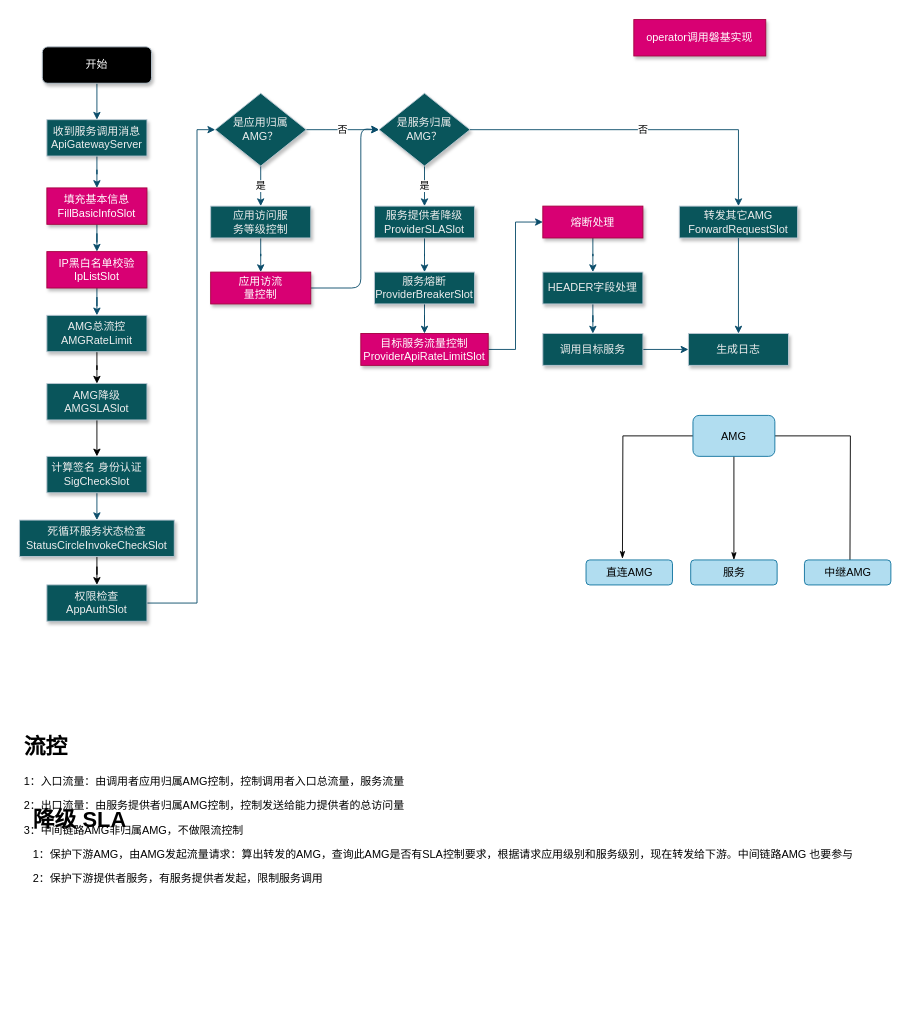
This is page "网关运行流程" (6 of 12) of 智慧中台AMG.drawio from qymmdj/draw-io, a draw.io file, before an edit. Source tidied: cells renumbered, new cells numbered last; positions are measured from the earlier drawing's top-left corner, leaving out a move shared by most shapes. Both pictures are drawn from the tidied source at 91%, with x=0, y=0 at pixel (19, 19).
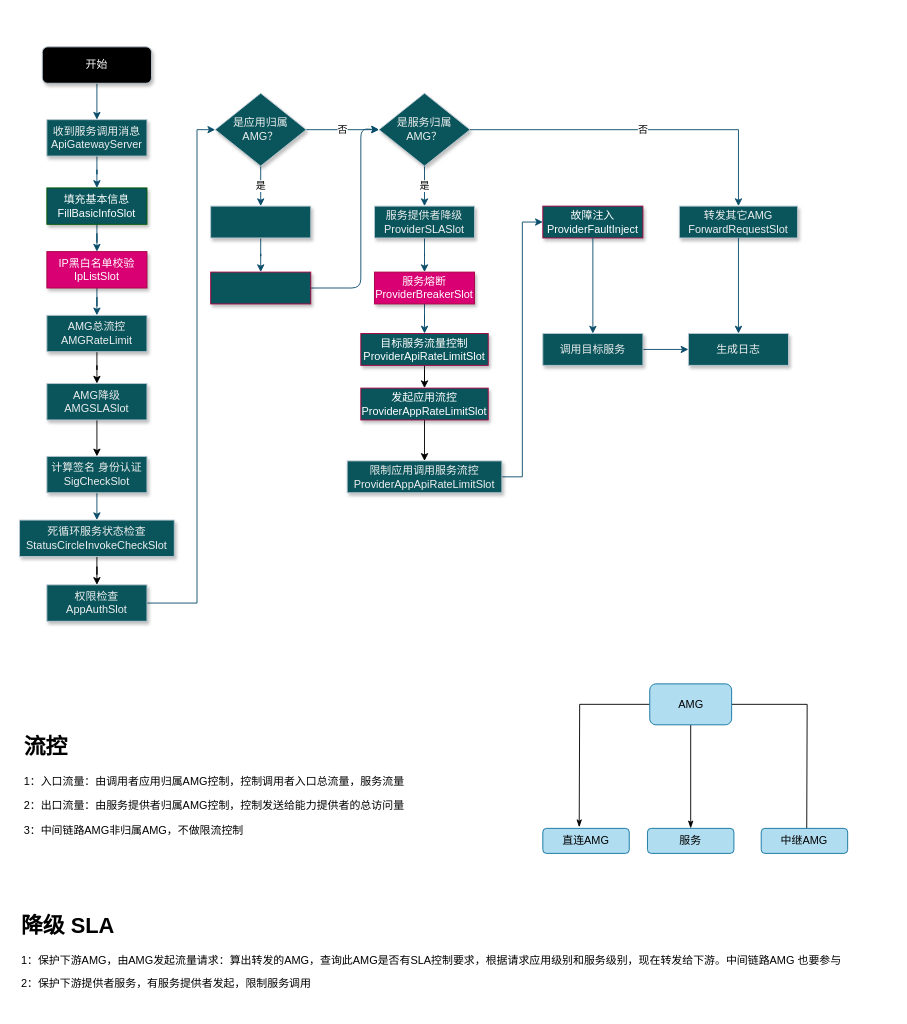
After the change.

The change refers to these unchanged cells:
```xml
<mxCell id="37" value="调用目标服务" style="rounded=0;whiteSpace=wrap;html=1;shadow=1;fillColor=#09555B;strokeColor=#BAC8D3;fontColor=#EEEEEE;" parent="1" vertex="1">
  <mxGeometry x="575" y="345" width="110" height="35" as="geometry" />
</mxCell>
```

Diff of the diagram source:
```diff
@@
-    <mxCell id="7" value="填充基本信息&lt;br&gt;FillBasicInfoSlot" style="rounded=0;whiteSpace=wrap;html=1;shadow=1;fillColor=#d80073;strokeColor=#A50040;fontColor=#ffffff;" parent="1" vertex="1">
+    <mxCell id="7" value="填充基本信息&lt;br&gt;FillBasicInfoSlot" style="rounded=0;whiteSpace=wrap;html=1;shadow=1;fillColor=#09555B;strokeColor=#005700;fontColor=#ffffff;" parent="1" vertex="1">
       <mxGeometry x="30" y="185" width="110" height="40" as="geometry" />
     </mxCell>
@@
-    <mxCell id="20" value="应用访问服&lt;br&gt;务等级控制" style="rounded=0;whiteSpace=wrap;html=1;shadow=1;fillColor=#09555B;strokeColor=#BAC8D3;fontColor=#EEEEEE;" parent="1" vertex="1">
+    <mxCell id="20" style="rounded=0;whiteSpace=wrap;html=1;shadow=1;fillColor=#09555B;strokeColor=#BAC8D3;fontColor=#EEEEEE;" parent="1" vertex="1">
       <mxGeometry x="210" y="205" width="110" height="35" as="geometry" />
     </mxCell>
@@
-    <mxCell id="22" value="应用访流&lt;br&gt;量控制" style="rounded=0;whiteSpace=wrap;html=1;shadow=1;fillColor=#d80073;strokeColor=#A50040;fontColor=#ffffff;" parent="1" vertex="1">
+    <mxCell id="22" style="rounded=0;whiteSpace=wrap;html=1;shadow=1;fillColor=#09555B;strokeColor=#A50040;fontColor=#ffffff;" parent="1" vertex="1">
       <mxGeometry x="210" y="277.5" width="110" height="35" as="geometry" />
     </mxCell>
@@
-    <mxCell id="29" value="服务熔断&lt;br&gt;ProviderBreakerSlot" style="rounded=0;whiteSpace=wrap;html=1;shadow=1;fillColor=#09555B;strokeColor=#BAC8D3;fontColor=#EEEEEE;" parent="1" vertex="1">
+    <mxCell id="29" value="服务熔断&lt;br&gt;ProviderBreakerSlot" style="rounded=0;whiteSpace=wrap;html=1;shadow=1;fillColor=#d80073;strokeColor=#A50040;fontColor=#ffffff;" parent="1" vertex="1">
       <mxGeometry x="390" y="277.5" width="110" height="35" as="geometry" />
     </mxCell>
-    <mxCell id="30" style="edgeStyle=orthogonalEdgeStyle;rounded=0;jettySize=auto;html=1;entryX=0;entryY=0.5;entryDx=0;entryDy=0;strokeColor=#0B4D6A;exitX=1;exitY=0.5;exitDx=0;exitDy=0;" parent="1" edge="1" source="31" target="33">
+    <mxCell id="30" style="edgeStyle=orthogonalEdgeStyle;rounded=0;jettySize=auto;html=1;entryX=0;entryY=0.5;entryDx=0;entryDy=0;strokeColor=#0B4D6A;exitX=1;exitY=0.5;exitDx=0;exitDy=0;" parent="1" edge="1" source="58" target="33">
       <mxGeometry relative="1" as="geometry" />
     </mxCell>
+    <mxCell id="55" style="edgeStyle=orthogonalEdgeStyle;rounded=0;jettySize=auto;html=1;" parent="1" edge="1" source="31" target="57">
+      <mxGeometry relative="1" as="geometry" />
+    </mxCell>
-    <mxCell id="31" value="目标服务流量控制&lt;br&gt;ProviderApiRateLimitSlot" style="rounded=0;whiteSpace=wrap;html=1;shadow=1;fillColor=#d80073;strokeColor=#A50040;fontColor=#ffffff;" parent="1" vertex="1">
+    <mxCell id="31" value="目标服务流量控制&lt;br&gt;ProviderApiRateLimitSlot" style="rounded=0;whiteSpace=wrap;html=1;shadow=1;fillColor=#09555B;strokeColor=#A50040;fontColor=#ffffff;" parent="1" vertex="1">
       <mxGeometry x="375" y="345" width="140" height="35" as="geometry" />
     </mxCell>
-    <mxCell id="32" style="edgeStyle=orthogonalEdgeStyle;rounded=0;jettySize=auto;html=1;strokeColor=#0B4D6A;" parent="1" edge="1" source="33" target="35">
-      <mxGeometry relative="1" as="geometry" />
-    </mxCell>
-    <mxCell id="33" value="熔断处理" style="rounded=0;whiteSpace=wrap;html=1;shadow=1;fillColor=#d80073;strokeColor=#A50040;fontColor=#ffffff;" parent="1" vertex="1">
+    <mxCell id="33" value="故障注入&lt;br&gt;ProviderFaultInject" style="rounded=0;whiteSpace=wrap;html=1;shadow=1;fillColor=#09555B;strokeColor=#A50040;fontColor=#ffffff;" parent="1" vertex="1">
       <mxGeometry x="575" y="205" width="110" height="35" as="geometry" />
     </mxCell>
-    <mxCell id="34" style="edgeStyle=orthogonalEdgeStyle;rounded=0;jettySize=auto;html=1;strokeColor=#0B4D6A;" parent="1" edge="1" source="35" target="37">
+    <mxCell id="34" style="edgeStyle=orthogonalEdgeStyle;rounded=0;jettySize=auto;html=1;strokeColor=#0B4D6A;exitX=0.5;exitY=1;exitDx=0;exitDy=0;" parent="1" edge="1" source="33" target="37">
       <mxGeometry relative="1" as="geometry" />
     </mxCell>
-    <mxCell id="35" value="HEADER字段处理" style="rounded=0;whiteSpace=wrap;html=1;shadow=1;fillColor=#09555B;strokeColor=#BAC8D3;fontColor=#EEEEEE;" parent="1" vertex="1">
-      <mxGeometry x="575" y="277.5" width="110" height="35" as="geometry" />
-    </mxCell>
@@
-    <mxCell id="41" value="operator调用磐基实现" style="rounded=0;whiteSpace=wrap;html=1;shadow=1;fillColor=#d80073;strokeColor=#A50040;fontColor=#ffffff;" parent="1" vertex="1">
-      <mxGeometry x="675" width="145" height="40" as="geometry" />
-    </mxCell>
@@
     <mxCell id="43" value="&lt;h1&gt;降级 SLA&amp;nbsp;&lt;/h1&gt;&lt;p&gt;1：保护下游AMG，由AMG发起流量请求：算出转发的AMG，查询此AMG是否有SLA控制要求，根据请求应用级别和服务级别，现在转发给下游。中间链路AMG 也要参与&lt;/p&gt;&lt;p&gt;2：保护下游提供者服务，有服务提供者发起，限制服务调用&lt;/p&gt;" style="text;html=1;strokeColor=none;fillColor=none;spacing=5;spacingTop=-20;whiteSpace=wrap;overflow=hidden;rounded=0;" parent="1" vertex="1">
-      <mxGeometry x="10" y="860" width="935" height="110" as="geometry" />
+      <mxGeometry x="-3" y="976" width="935" height="110" as="geometry" />
     </mxCell>
@@
     <mxCell id="45" style="edgeStyle=orthogonalEdgeStyle;rounded=0;jettySize=auto;html=1;fontColor=#000000;endArrow=classicThin;endFill=1;" parent="1" edge="1" source="47">
       <mxGeometry relative="1" as="geometry">
-        <mxPoint x="662.5" y="592.5" as="targetPoint" />
+        <mxPoint x="615" y="887.5" as="targetPoint" />
       </mxGeometry>
     </mxCell>
     <mxCell id="46" style="edgeStyle=orthogonalEdgeStyle;rounded=0;jettySize=auto;html=1;fontColor=#000000;endArrow=classicThin;endFill=1;" parent="1" edge="1" source="47">
       <mxGeometry relative="1" as="geometry">
-        <mxPoint x="912.5" y="602.5" as="targetPoint" />
+        <mxPoint x="865" y="897.5" as="targetPoint" />
       </mxGeometry>
     </mxCell>
     <mxCell id="47" value="AMG" style="rounded=1;whiteSpace=wrap;html=1;fillColor=#b1ddf0;strokeColor=#10739e;" parent="1" vertex="1">
-      <mxGeometry x="740" y="435" width="90" height="45" as="geometry" />
+      <mxGeometry x="692.5" y="730" width="90" height="45" as="geometry" />
     </mxCell>
     <mxCell id="48" value="服务" style="whiteSpace=wrap;html=1;rounded=1;strokeColor=#10739e;fillColor=#b1ddf0;" parent="1" vertex="1">
-      <mxGeometry x="737.5" y="593.8" width="95" height="27.5" as="geometry" />
+      <mxGeometry x="690" y="888.8" width="95" height="27.5" as="geometry" />
     </mxCell>
     <mxCell id="49" value="中继AMG" style="whiteSpace=wrap;html=1;rounded=1;strokeColor=#10739e;fillColor=#b1ddf0;" parent="1" vertex="1">
-      <mxGeometry x="862.5" y="593.8" width="95" height="27.5" as="geometry" />
+      <mxGeometry x="815" y="888.8" width="95" height="27.5" as="geometry" />
     </mxCell>
     <mxCell id="50" value="直连AMG" style="whiteSpace=wrap;html=1;rounded=1;strokeColor=#10739e;fillColor=#b1ddf0;" parent="1" vertex="1">
-      <mxGeometry x="622.5" y="593.8" width="95" height="27.5" as="geometry" />
+      <mxGeometry x="575" y="888.8" width="95" height="27.5" as="geometry" />
     </mxCell>
@@
+    <mxCell id="56" style="edgeStyle=orthogonalEdgeStyle;rounded=0;jettySize=auto;html=1;" parent="1" edge="1" source="57" target="58">
+      <mxGeometry relative="1" as="geometry" />
+    </mxCell>
+    <mxCell id="57" value="发起应用流控&lt;br&gt;ProviderAppRateLimitSlot" style="rounded=0;whiteSpace=wrap;html=1;shadow=1;fillColor=#09555B;strokeColor=#A50040;fontColor=#ffffff;" parent="1" vertex="1">
+      <mxGeometry x="375" y="405" width="140" height="35" as="geometry" />
+    </mxCell>
+    <mxCell id="58" value="限制应用调用服务流控&lt;br&gt;ProviderAppApiRateLimitSlot" style="rounded=0;whiteSpace=wrap;html=1;shadow=1;fillColor=#09555B;strokeColor=#BAC8D3;fontColor=#EEEEEE;" parent="1" vertex="1">
+      <mxGeometry x="360" y="485" width="170" height="35" as="geometry" />
+    </mxCell>
```
